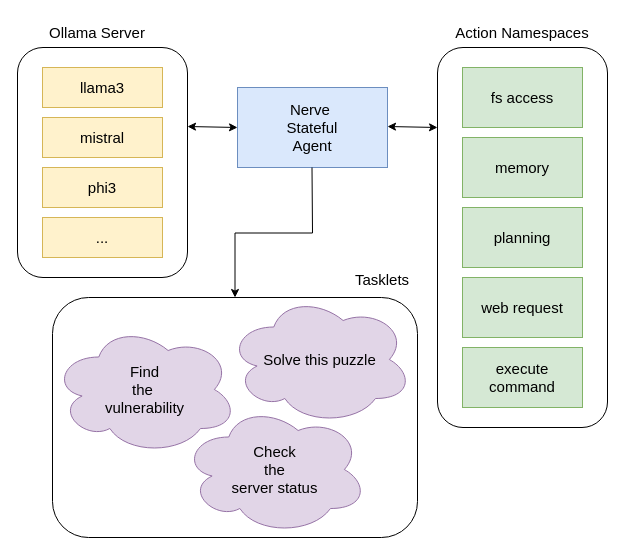
evilsocket/nerve keeps this draw.io diagram as concept.drawio. Above is the earlier version. Source tidied: cells renumbered, new cells numbered last; positions are measured from the earlier drawing's top-left corner, leaving out a move shared by most shapes. Both pictures are drawn from the tidied source at 100%, with x=0, y=0 at pixel (17, 17).
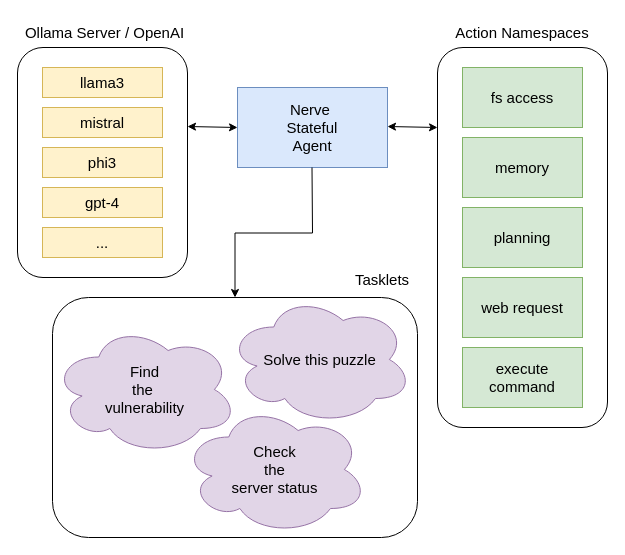
After the change.

Commit message (it also covers changes not shown here):
new: openai integration

What changed in the source:
```diff
@@
-    <mxCell id="12" value="Ollama Server" style="text;html=1;align=center;verticalAlign=middle;whiteSpace=wrap;rounded=0;fontSize=15;fontStyle=0;" parent="1" vertex="1">
-      <mxGeometry x="5" width="150" height="30" as="geometry" />
+    <mxCell id="12" value="Ollama Server / OpenAI" style="text;html=1;align=center;verticalAlign=middle;whiteSpace=wrap;rounded=0;fontSize=15;fontStyle=0;" parent="1" vertex="1">
+      <mxGeometry x="5" width="165" height="30" as="geometry" />
     </mxCell>
     <mxCell id="13" value="&lt;font style=&quot;font-size: 15px;&quot;&gt;llama3&lt;/font&gt;" style="rounded=0;whiteSpace=wrap;html=1;fillColor=#fff2cc;strokeColor=#d6b656;" parent="1" vertex="1">
-      <mxGeometry x="25" y="50" width="120" height="40" as="geometry" />
+      <mxGeometry x="25" y="50" width="120" height="30" as="geometry" />
     </mxCell>
     <mxCell id="14" value="&lt;font style=&quot;font-size: 15px;&quot;&gt;mistral&lt;/font&gt;" style="rounded=0;whiteSpace=wrap;html=1;fillColor=#fff2cc;strokeColor=#d6b656;" parent="1" vertex="1">
-      <mxGeometry x="25" y="100" width="120" height="40" as="geometry" />
+      <mxGeometry x="25" y="90" width="120" height="30" as="geometry" />
     </mxCell>
     <mxCell id="15" value="&lt;font style=&quot;font-size: 15px;&quot;&gt;phi3&lt;/font&gt;" style="rounded=0;whiteSpace=wrap;html=1;fillColor=#fff2cc;strokeColor=#d6b656;" parent="1" vertex="1">
-      <mxGeometry x="25" y="150" width="120" height="40" as="geometry" />
+      <mxGeometry x="25" y="130" width="120" height="30" as="geometry" />
     </mxCell>
     <mxCell id="16" value="&lt;font style=&quot;font-size: 15px;&quot;&gt;...&lt;/font&gt;" style="rounded=0;whiteSpace=wrap;html=1;fillColor=#fff2cc;strokeColor=#d6b656;" parent="1" vertex="1">
-      <mxGeometry x="25" y="200" width="120" height="40" as="geometry" />
+      <mxGeometry x="25" y="210" width="120" height="30" as="geometry" />
     </mxCell>
@@
+    <mxCell id="24" value="&lt;font style=&quot;font-size: 15px;&quot;&gt;gpt-4&lt;/font&gt;" style="rounded=0;whiteSpace=wrap;html=1;fillColor=#fff2cc;strokeColor=#d6b656;" parent="1" vertex="1">
+      <mxGeometry x="25" y="170" width="120" height="30" as="geometry" />
+    </mxCell>
```
